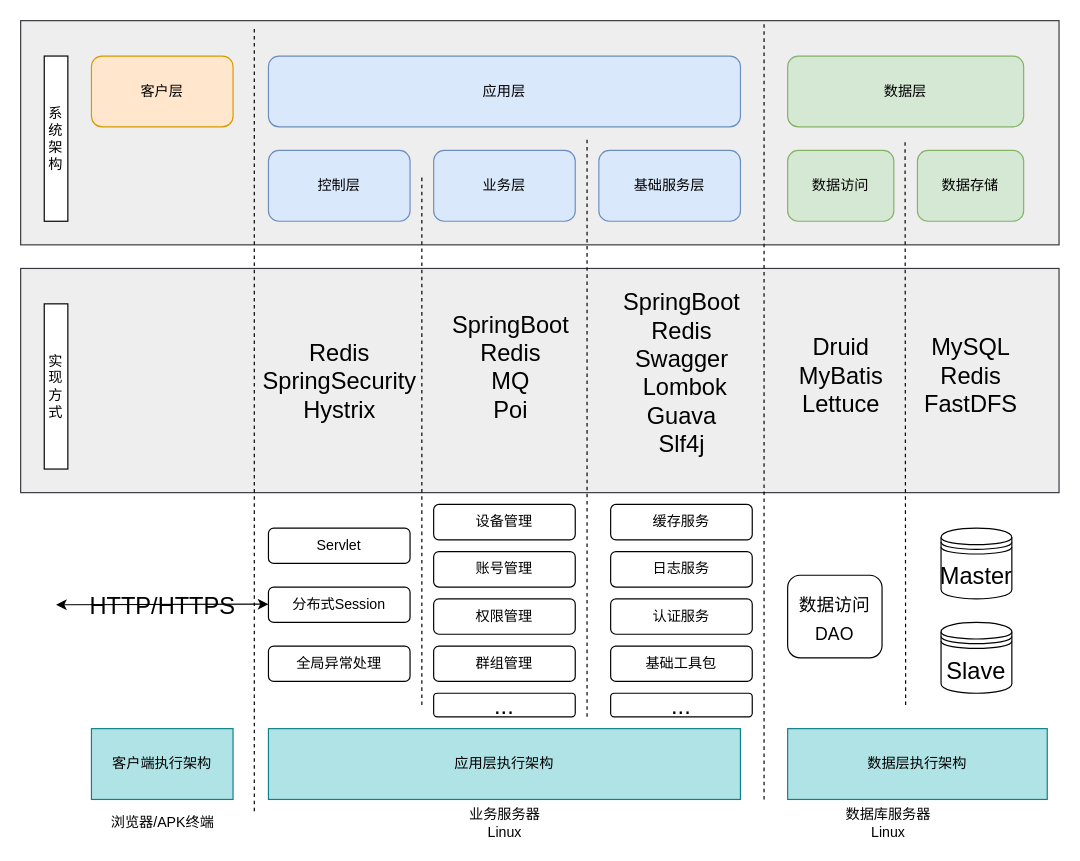
Before: 技术架构图.drawio in wjwzero/DesignDrawing-, a draw.io diagram. Source tidied: cells renumbered, new cells numbered last; positions are measured from the earlier drawing's top-left corner, leaving out a move shared by most shapes. Both pictures are drawn from the tidied source at 118%, with x=0, y=0 at pixel (20, 20).
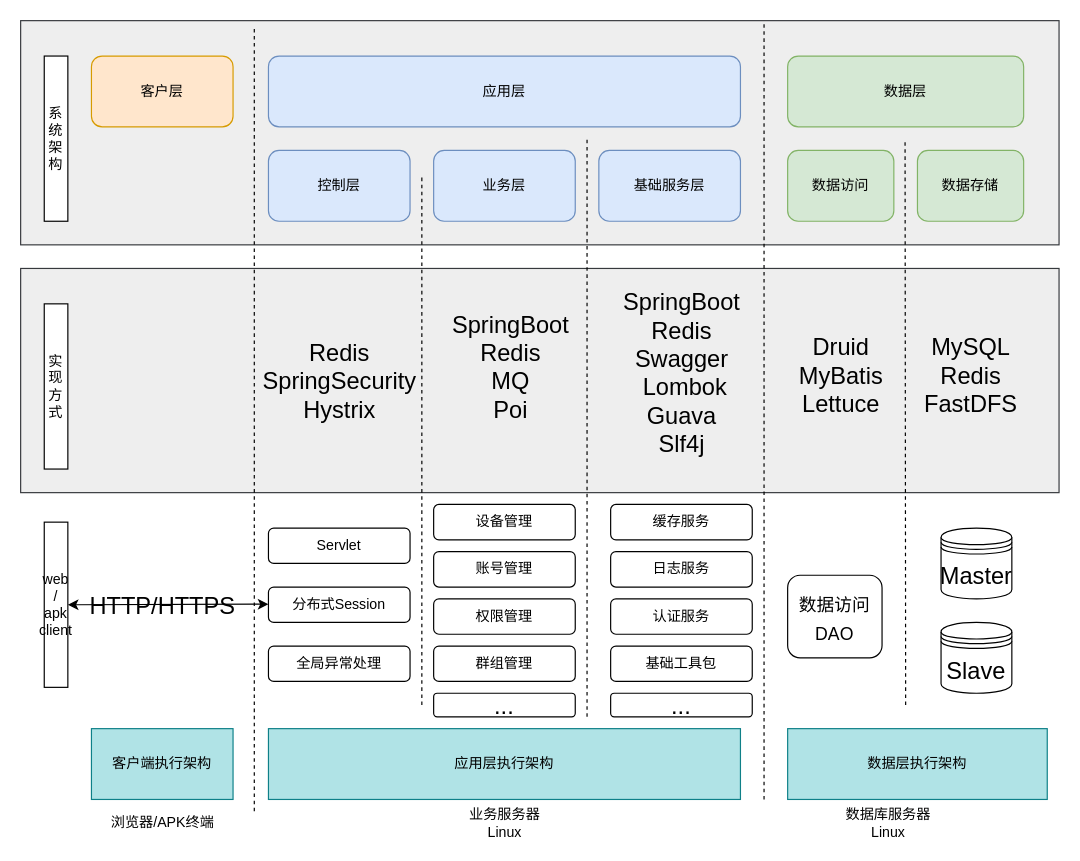
The same diagram, later.

Commit message:
更新技术架构图.drawio

What changed in the source:
```diff
@@
     <mxCell id="46" style="endArrow=classic;startArrow=classic;html=1;fontSize=20;" parent="1" edge="1">
       <mxGeometry relative="1" as="geometry">
-        <mxPoint x="30" y="495" as="sourcePoint" />
+        <mxPoint x="40" y="495" as="sourcePoint" />
         <mxPoint x="210" y="494.5" as="targetPoint" />
       </mxGeometry>
     </mxCell>
@@
+    <mxCell id="48" value="web&lt;br&gt;/&lt;br&gt;apk&lt;br&gt;client" style="rounded=0;whiteSpace=wrap;html=1;horizontal=1;" parent="1" vertex="1">
+      <mxGeometry x="20" y="425" width="20" height="140" as="geometry" />
+    </mxCell>
```
